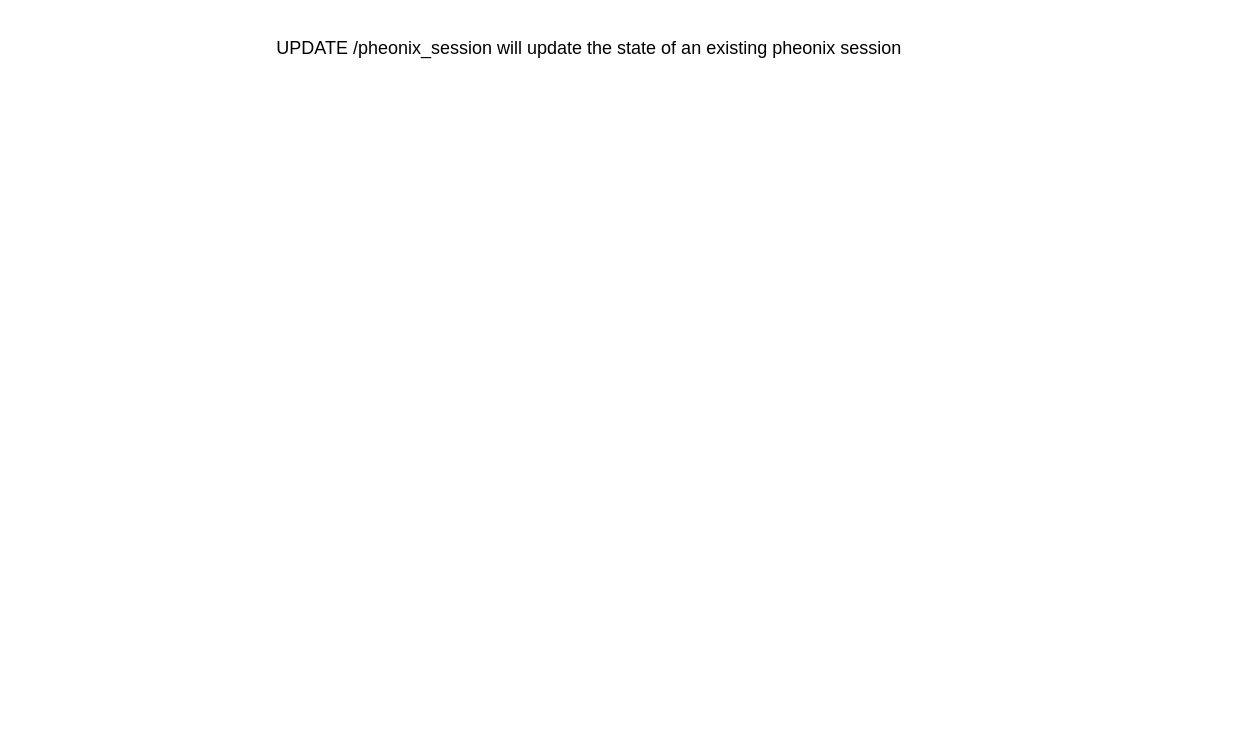
Above: page "UPDATE /phoenix_session" (5 of 6) of pymsf/pymsf.drawio in ACCISA/msf_automate (draw.io), before the change. Source tidied: cells renumbered, new cells numbered last; positions are measured from the earlier drawing's top-left corner, leaving out a move shared by most shapes. Both pictures are drawn from the tidied source at 150%, with x=0, y=0 at pixel (250, 26).
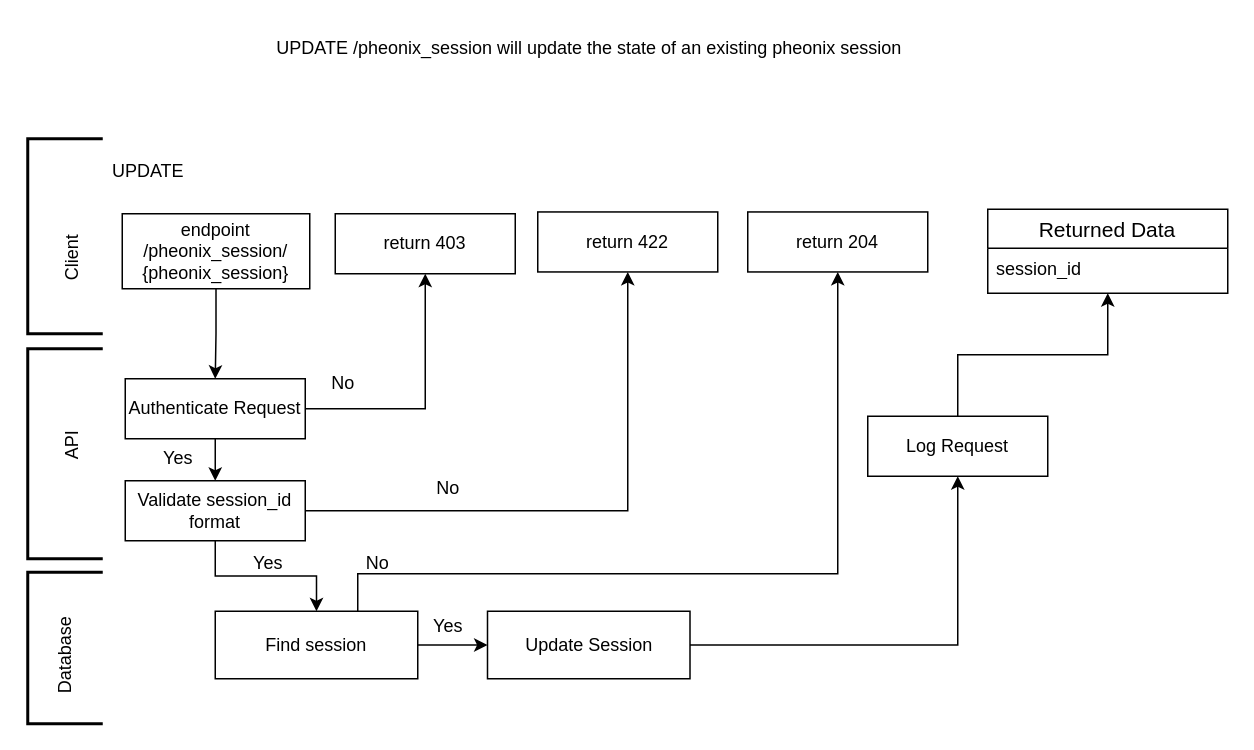
After the change.

What changed in the source:
```diff
@@
+    <mxCell id="3" style="strokeWidth=2;html=1;shape=mxgraph.flowchart.annotation_1;align=left;" parent="1" vertex="1">
+      <mxGeometry x="-149" y="75" width="50" height="130" as="geometry" />
+    </mxCell>
+    <mxCell id="4" style="strokeWidth=2;html=1;shape=mxgraph.flowchart.annotation_1;align=left;" parent="1" vertex="1">
+      <mxGeometry x="-149" y="215" width="50" height="140" as="geometry" />
+    </mxCell>
+    <mxCell id="5" style="strokeWidth=2;html=1;shape=mxgraph.flowchart.annotation_1;align=left;" parent="1" vertex="1">
+      <mxGeometry x="-149" y="364" width="50" height="101" as="geometry" />
+    </mxCell>
+    <mxCell id="6" value="&lt;div&gt;Client&lt;/div&gt;" style="text;html=1;align=center;verticalAlign=middle;strokeColor=none;fillColor=none;rotation=-90;" parent="1" vertex="1">
+      <mxGeometry x="-149" y="140" width="60" height="30" as="geometry" />
+    </mxCell>
+    <mxCell id="7" value="&lt;div&gt;API&lt;/div&gt;" style="text;html=1;align=center;verticalAlign=middle;strokeColor=none;fillColor=none;rotation=-90;" parent="1" vertex="1">
+      <mxGeometry x="-139" y="265" width="40" height="30" as="geometry" />
+    </mxCell>
+    <mxCell id="8" value="&lt;div&gt;Database&lt;/div&gt;" style="text;html=1;align=center;verticalAlign=middle;strokeColor=none;fillColor=none;rotation=-90;" parent="1" vertex="1">
+      <mxGeometry x="-164" y="405" width="80" height="30" as="geometry" />
+    </mxCell>
+    <mxCell id="9" style="edgeStyle=orthogonalEdgeStyle;rounded=0;jettySize=auto;html=1;" parent="1" edge="1" source="10" target="13">
+      <mxGeometry relative="1" as="geometry" />
+    </mxCell>
+    <mxCell id="10" value="&lt;div&gt;endpoint&lt;/div&gt;&lt;div&gt;/pheonix_session/&lt;/div&gt;&lt;div&gt;{pheonix_session}&lt;br&gt;&lt;/div&gt;" style="whiteSpace=wrap;html=1;" parent="1" vertex="1">
+      <mxGeometry x="-86" y="125" width="125" height="50" as="geometry" />
+    </mxCell>
+    <mxCell id="11" style="edgeStyle=orthogonalEdgeStyle;rounded=0;jettySize=auto;html=1;" parent="1" edge="1" source="13" target="18">
+      <mxGeometry relative="1" as="geometry" />
+    </mxCell>
+    <mxCell id="12" style="edgeStyle=orthogonalEdgeStyle;rounded=0;jettySize=auto;html=1;" parent="1" edge="1" source="13" target="24">
+      <mxGeometry relative="1" as="geometry" />
+    </mxCell>
+    <mxCell id="13" value="Authenticate Request" style="whiteSpace=wrap;html=1;" parent="1" vertex="1">
+      <mxGeometry x="-84" y="235" width="120" height="40" as="geometry" />
+    </mxCell>
+    <mxCell id="14" style="edgeStyle=orthogonalEdgeStyle;rounded=0;orthogonalLoop=1;jettySize=auto;html=1;exitX=0.5;exitY=1;exitDx=0;exitDy=0;" parent="1" edge="1" source="10" target="10">
+      <mxGeometry relative="1" as="geometry" />
+    </mxCell>
+    <mxCell id="15" value="Returned Data" style="swimlane;fontStyle=0;horizontal=1;startSize=26;align=center;fontSize=14;" parent="1" vertex="1">
+      <mxGeometry x="491" y="122" width="160" height="56" as="geometry" />
+    </mxCell>
+    <mxCell id="16" value="session_id" style="text;strokeColor=none;fillColor=none;spacingLeft=4;spacingRight=4;overflow=hidden;fontSize=12;whiteSpace=wrap;html=1;" parent="15" vertex="1">
+      <mxGeometry y="26" width="160" height="30" as="geometry" />
+    </mxCell>
+    <mxCell id="17" value="UPDATE" style="text;html=1;align=center;verticalAlign=middle;strokeColor=none;fillColor=none;" parent="1" vertex="1">
+      <mxGeometry x="-104" y="82" width="70" height="30" as="geometry" />
+    </mxCell>
+    <mxCell id="18" value="return 403" style="whiteSpace=wrap;html=1;" parent="1" vertex="1">
+      <mxGeometry x="56" y="125" width="120" height="40" as="geometry" />
+    </mxCell>
+    <mxCell id="19" value="&lt;div&gt;No&lt;/div&gt;" style="text;html=1;align=center;verticalAlign=middle;strokeColor=none;fillColor=none;" parent="1" vertex="1">
+      <mxGeometry x="41" y="223" width="40" height="30" as="geometry" />
+    </mxCell>
+    <mxCell id="20" value="&lt;div&gt;Yes&lt;/div&gt;" style="text;html=1;align=center;verticalAlign=middle;strokeColor=none;fillColor=none;" parent="1" vertex="1">
+      <mxGeometry x="-69" y="273" width="40" height="30" as="geometry" />
+    </mxCell>
+    <mxCell id="21" style="edgeStyle=orthogonalEdgeStyle;rounded=0;jettySize=auto;html=1;entryX=0.5;entryY=1;entryDx=0;entryDy=0;exitX=0.442;exitY=0.075;exitDx=0;exitDy=0;exitPerimeter=0;" parent="1" edge="1" source="29" target="15">
+      <mxGeometry relative="1" as="geometry">
+        <Array as="points">
+          <mxPoint x="471" y="263" />
+          <mxPoint x="471" y="219" />
+          <mxPoint x="571" y="219" />
+        </Array>
+      </mxGeometry>
+    </mxCell>
+    <mxCell id="22" style="edgeStyle=orthogonalEdgeStyle;rounded=0;jettySize=auto;html=1;entryX=0.5;entryY=1;entryDx=0;entryDy=0;" parent="1" edge="1" source="24" target="25">
+      <mxGeometry relative="1" as="geometry" />
+    </mxCell>
+    <mxCell id="23" style="edgeStyle=orthogonalEdgeStyle;rounded=0;jettySize=auto;html=1;" parent="1" edge="1" source="24" target="33">
+      <mxGeometry relative="1" as="geometry" />
+    </mxCell>
+    <mxCell id="24" value="Validate session_id format" style="whiteSpace=wrap;html=1;" parent="1" vertex="1">
+      <mxGeometry x="-84" y="303" width="120" height="40" as="geometry" />
+    </mxCell>
+    <mxCell id="25" value="return 422" style="whiteSpace=wrap;html=1;" parent="1" vertex="1">
+      <mxGeometry x="191" y="123.8" width="120" height="40" as="geometry" />
+    </mxCell>
+    <mxCell id="26" value="No" style="text;html=1;align=center;verticalAlign=middle;strokeColor=none;fillColor=none;" parent="1" vertex="1">
+      <mxGeometry x="111" y="293" width="40" height="30" as="geometry" />
+    </mxCell>
+    <mxCell id="27" value="Yes" style="text;html=1;align=center;verticalAlign=middle;strokeColor=none;fillColor=none;" parent="1" vertex="1">
+      <mxGeometry x="-9" y="343" width="40" height="30" as="geometry" />
+    </mxCell>
+    <mxCell id="28" value="return 204" style="whiteSpace=wrap;html=1;" parent="1" vertex="1">
+      <mxGeometry x="331" y="123.8" width="120" height="40" as="geometry" />
+    </mxCell>
+    <mxCell id="29" value="Log Request" style="whiteSpace=wrap;html=1;" parent="1" vertex="1">
+      <mxGeometry x="411" y="260" width="120" height="40" as="geometry" />
+    </mxCell>
+    <mxCell id="30" value="No" style="text;html=1;align=center;verticalAlign=middle;strokeColor=none;fillColor=none;" parent="1" vertex="1">
+      <mxGeometry x="64" y="343" width="40" height="30" as="geometry" />
+    </mxCell>
+    <mxCell id="31" style="edgeStyle=orthogonalEdgeStyle;rounded=0;jettySize=auto;html=1;" parent="1" edge="1" source="33" target="28">
+      <mxGeometry relative="1" as="geometry">
+        <Array as="points">
+          <mxPoint x="71" y="365" />
+          <mxPoint x="391" y="365" />
+        </Array>
+      </mxGeometry>
+    </mxCell>
+    <mxCell id="32" style="edgeStyle=orthogonalEdgeStyle;rounded=0;jettySize=auto;html=1;" parent="1" edge="1" source="33" target="35">
+      <mxGeometry relative="1" as="geometry" />
+    </mxCell>
+    <mxCell id="33" value="Find session" style="whiteSpace=wrap;html=1;" parent="1" vertex="1">
+      <mxGeometry x="-24" y="390" width="135" height="45" as="geometry" />
+    </mxCell>
+    <mxCell id="34" style="edgeStyle=orthogonalEdgeStyle;rounded=0;jettySize=auto;html=1;" parent="1" edge="1" source="35" target="29">
+      <mxGeometry relative="1" as="geometry" />
+    </mxCell>
+    <mxCell id="35" value="Update Session" style="whiteSpace=wrap;html=1;" parent="1" vertex="1">
+      <mxGeometry x="157.5" y="390" width="135" height="45" as="geometry" />
+    </mxCell>
+    <mxCell id="36" value="Yes" style="text;html=1;align=center;verticalAlign=middle;strokeColor=none;fillColor=none;" parent="1" vertex="1">
+      <mxGeometry x="111" y="385" width="40" height="30" as="geometry" />
+    </mxCell>
```
